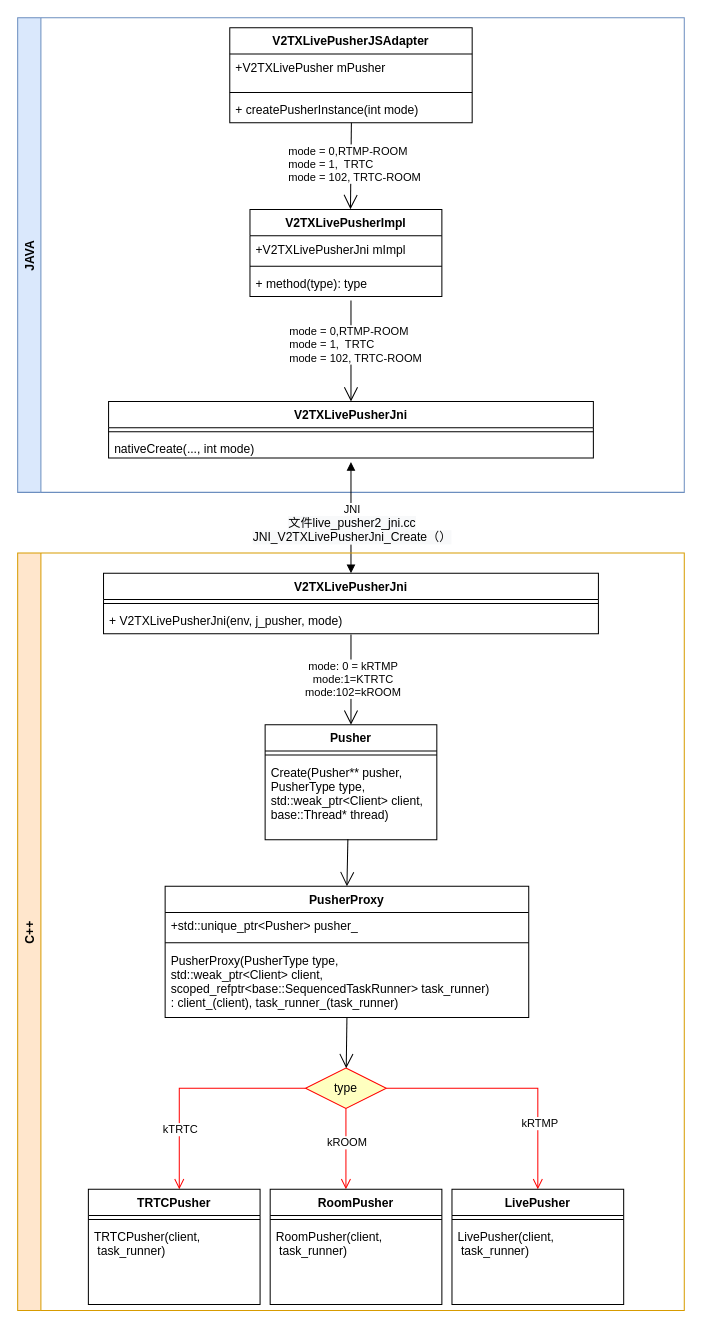
The draw.io diagram diagrams/V2TXLivePusherJSAdapter.drawio in paopaosecret/resources, before the edit. Source tidied: cells renumbered, new cells numbered last; positions are measured from the earlier drawing's top-left corner, leaving out a move shared by most shapes. Both pictures are drawn from the tidied source at 101%, with x=0, y=0 at pixel (17, 17).
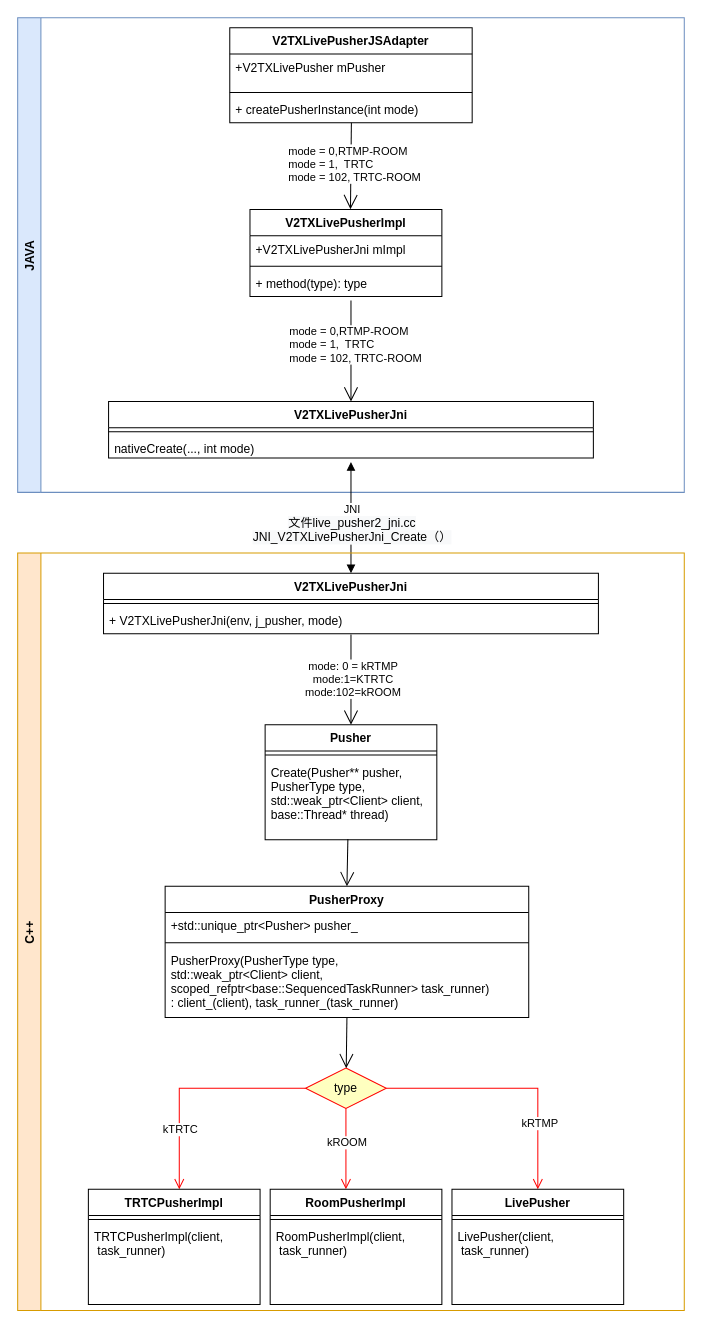
The same diagram, later.

The edit, as a diff of the source:
```diff
@@
-    <mxCell id="37" value="TRTCPusher" style="swimlane;fontStyle=1;align=center;verticalAlign=top;horizontal=1;startSize=26;" parent="1" vertex="1">
+    <mxCell id="37" value="TRTCPusherImpl" style="swimlane;fontStyle=1;align=center;verticalAlign=top;horizontal=1;startSize=26;" parent="1" vertex="1">
       <mxGeometry x="70" y="1160" width="170" height="114" as="geometry" />
     </mxCell>
@@
-    <mxCell id="39" value="TRTCPusher(client,&#10; task_runner)" style="text;strokeColor=none;fillColor=none;align=left;verticalAlign=top;spacingLeft=4;spacingRight=4;overflow=hidden;" parent="37" vertex="1">
+    <mxCell id="39" value="TRTCPusherImpl(client,&#10; task_runner)" style="text;strokeColor=none;fillColor=none;align=left;verticalAlign=top;spacingLeft=4;spacingRight=4;overflow=hidden;" parent="37" vertex="1">
       <mxGeometry y="34" width="170" height="80" as="geometry" />
     </mxCell>
-    <mxCell id="40" value="RoomPusher" style="swimlane;fontStyle=1;align=center;verticalAlign=top;horizontal=1;startSize=26;" parent="1" vertex="1">
+    <mxCell id="40" value="RoomPusherImpl" style="swimlane;fontStyle=1;align=center;verticalAlign=top;horizontal=1;startSize=26;" parent="1" vertex="1">
       <mxGeometry x="250" y="1160" width="170" height="114" as="geometry" />
     </mxCell>
@@
-    <mxCell id="42" value="RoomPusher(client,&#10; task_runner)" style="text;strokeColor=none;fillColor=none;align=left;verticalAlign=top;spacingLeft=4;spacingRight=4;overflow=hidden;" parent="40" vertex="1">
+    <mxCell id="42" value="RoomPusherImpl(client,&#10; task_runner)" style="text;strokeColor=none;fillColor=none;align=left;verticalAlign=top;spacingLeft=4;spacingRight=4;overflow=hidden;" parent="40" vertex="1">
       <mxGeometry y="34" width="170" height="80" as="geometry" />
     </mxCell>
```
